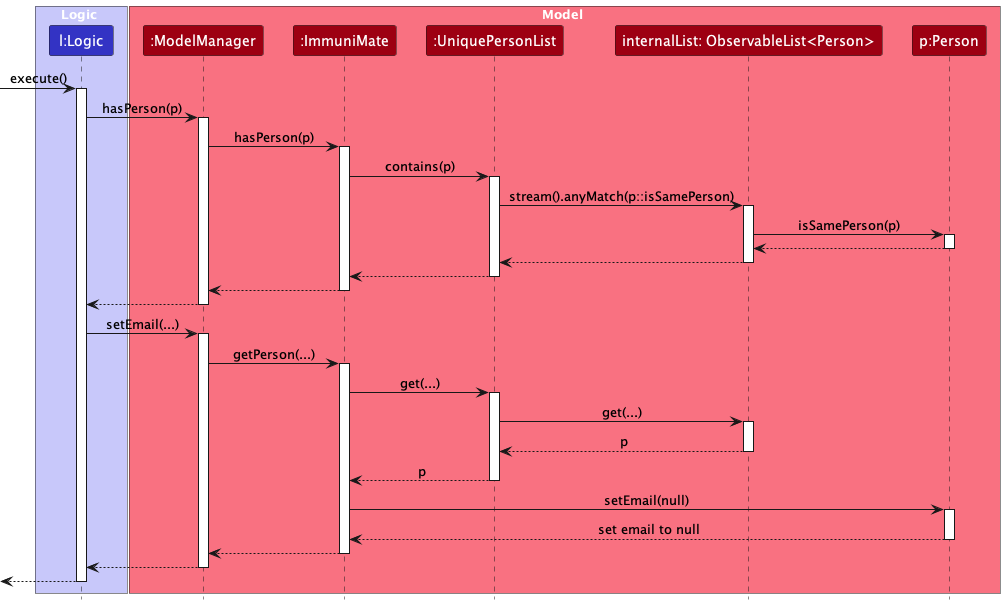
The PlantUML diagram docs/images/DeleteInfoModelDiagram.png in AY2324S2-CS2103T-T08-1/tp, before a commit.
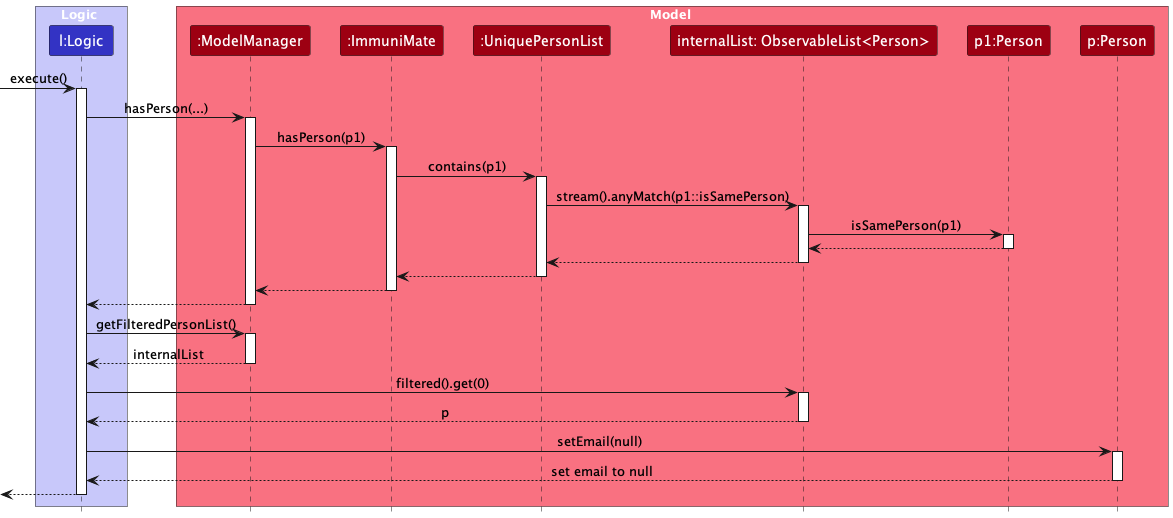
The same diagram one commit later.

Change to the diagram source:
```diff
@@ -10,29 +10,30 @@
 participant ":ImmuniMate" as ImmuniMate MODEL_COLOR
 participant ":UniquePersonList" as UniquePersonList MODEL_COLOR
 participant "internalList: ObservableList<Person>" as internalList MODEL_COLOR
+participant "p1:Person" as p1 MODEL_COLOR
 participant "p:Person" as p MODEL_COLOR
 end box
 
 [-> CreateCommand : execute()
 activate CreateCommand
 
-CreateCommand -> ModelManager : hasPerson(p)
+CreateCommand -> ModelManager : hasPerson(...)
 activate ModelManager
 
-ModelManager -> ImmuniMate: hasPerson(p)
+ModelManager -> ImmuniMate: hasPerson(p1)
 activate ImmuniMate
 
-ImmuniMate -> UniquePersonList : contains(p)
+ImmuniMate -> UniquePersonList : contains(p1)
 activate UniquePersonList
 
-UniquePersonList -> internalList : stream().anyMatch(p::isSamePerson)
+UniquePersonList -> internalList : stream().anyMatch(p1::isSamePerson)
 activate internalList
 
-internalList -> p : isSamePerson(p)
-activate p
+internalList -> p1 : isSamePerson(p1)
+activate p1
 
-p --> internalList
-deactivate p
+p1 --> internalList
+deactivate p1
 
 internalList --> UniquePersonList
 deactivate internalList
@@ -46,34 +47,20 @@
 ModelManager --> CreateCommand
 deactivate ModelManager
 
-CreateCommand -> ModelManager : setEmail(...)
+CreateCommand -> ModelManager : getFilteredPersonList()
 activate ModelManager
+ModelManager --> CreateCommand : internalList
+deactivate ModelManager
 
-ModelManager -> ImmuniMate: getPerson(...)
-activate ImmuniMate
-
-ImmuniMate -> UniquePersonList : get(...)
-activate UniquePersonList
-
-UniquePersonList -> internalList : get(...)
+CreateCommand -> internalList : filtered().get(0)
 activate internalList
-
-internalList --> UniquePersonList : p
+internalList --> CreateCommand : p
 deactivate internalList
 
-UniquePersonList --> ImmuniMate : p
-deactivate UniquePersonList
-
-ImmuniMate -> p : setEmail(null)
+CreateCommand -> p : setEmail(null)
 activate p
-p --> ImmuniMate : set email to null
+p --> CreateCommand : set email to null
 deactivate p
-
-ImmuniMate --> ModelManager
-deactivate ImmuniMate
-
-ModelManager --> CreateCommand
-deactivate ModelManager
 
 [<--CreateCommand
 deactivate CreateCommand
```
